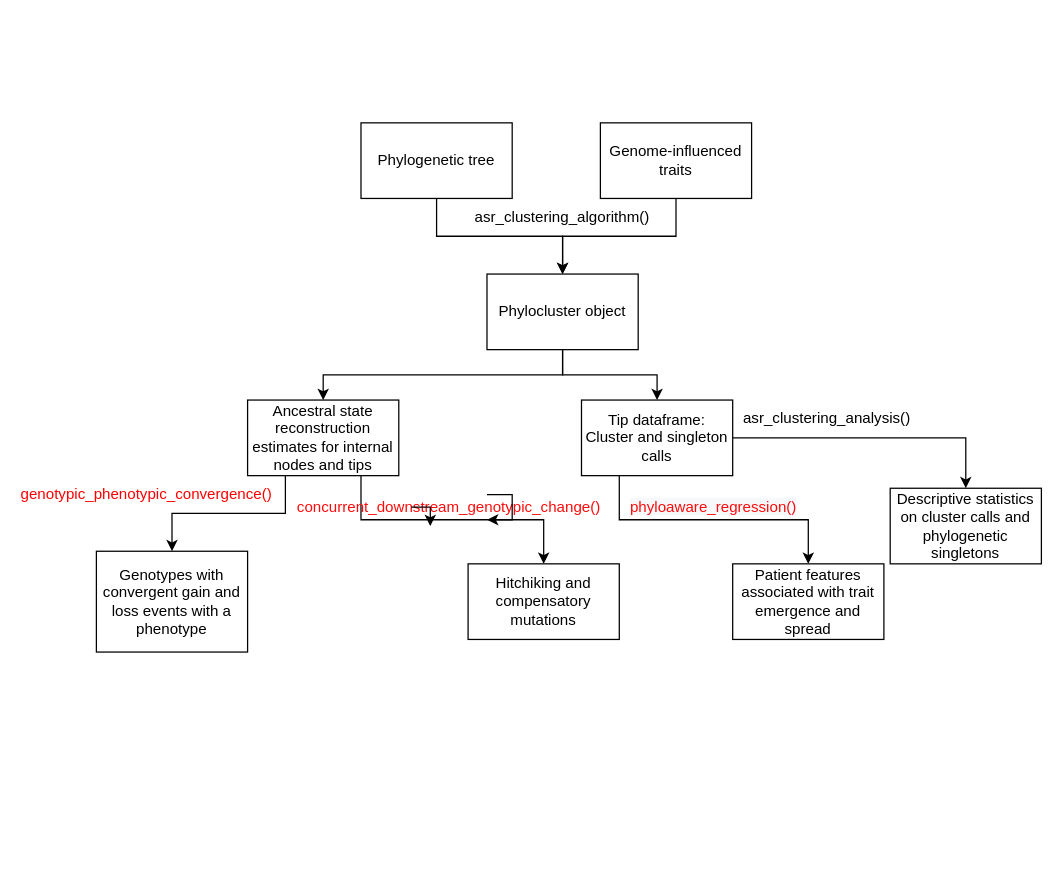
The draw.io diagram Phylosuite.drawio in kylegontjes/phyloAMR, before the edit. Source tidied: cells renumbered, new cells numbered last; positions are measured from the earlier drawing's top-left corner, leaving out a move shared by most shapes. Both pictures are drawn from the tidied source at 126%, with x=0, y=0 at pixel (96, 122).
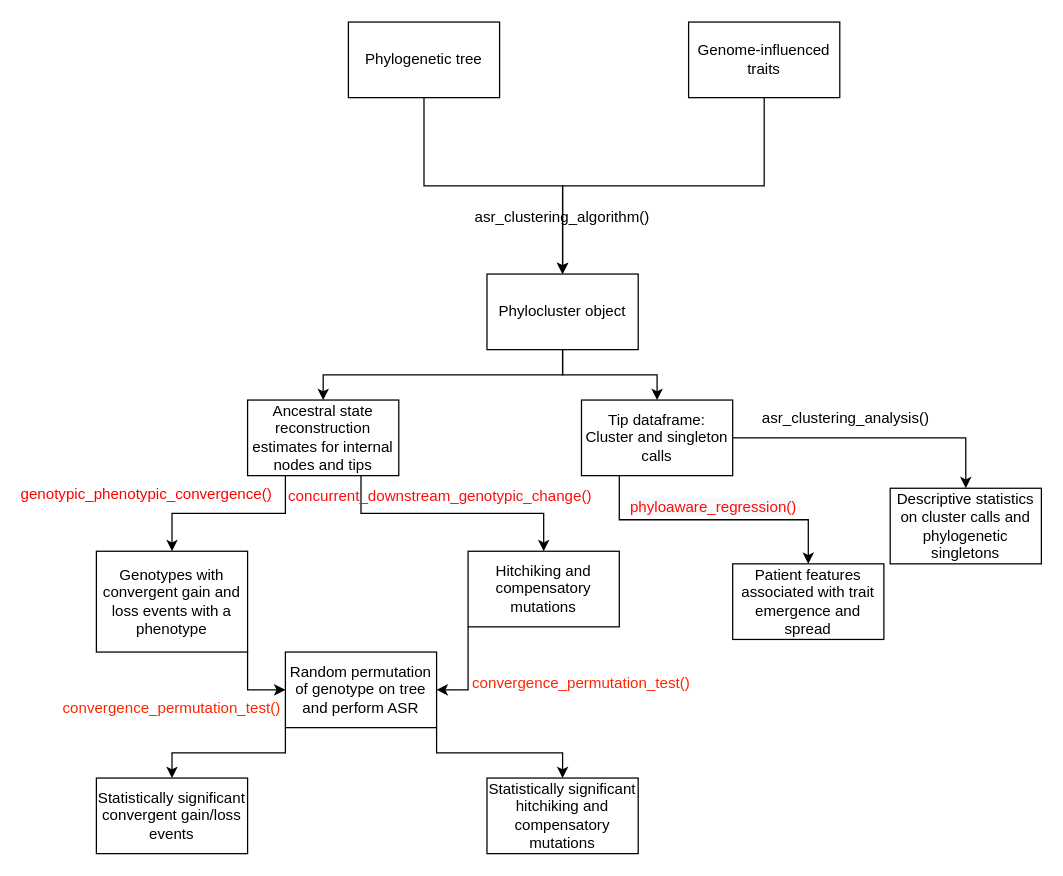
After the change.

The change refers to these unchanged cells:
```xml
<mxCell id="16" value="Genotypes with convergent gain and loss events with a phenotype" style="rounded=0;whiteSpace=wrap;html=1;textDirection=ltr;horizontal=1;verticalAlign=middle;" parent="1" vertex="1">
  <mxGeometry y="340" width="120" height="80" as="geometry" />
</mxCell>
```

What changed in the source:
```diff
@@
     <mxCell id="3" value="Phylogenetic tree" style="rounded=0;whiteSpace=wrap;html=1;" parent="1" vertex="1">
-      <mxGeometry x="210" width="120" height="60" as="geometry" />
+      <mxGeometry x="200" y="-80" width="120" height="60" as="geometry" />
     </mxCell>
@@
     <mxCell id="15" value="asr_clustering_analysis()" style="text;strokeColor=none;align=center;fillColor=none;html=1;verticalAlign=middle;whiteSpace=wrap;rounded=0;" parent="1" vertex="1">
-      <mxGeometry x="550" y="220" width="60" height="30" as="geometry" />
+      <mxGeometry x="565" y="220" width="60" height="30" as="geometry" />
     </mxCell>
+    <mxCell id="26" style="edgeStyle=orthogonalEdgeStyle;rounded=0;jettySize=auto;html=1;exitX=1;exitY=1;exitDx=0;exitDy=0;entryX=0;entryY=0.5;entryDx=0;entryDy=0;" parent="1" edge="1" source="16" target="34">
+      <mxGeometry relative="1" as="geometry">
+        <Array as="points">
+          <mxPoint x="120" y="450" />
+        </Array>
+      </mxGeometry>
+    </mxCell>
@@
+    <mxCell id="27" style="edgeStyle=orthogonalEdgeStyle;rounded=0;jettySize=auto;html=1;exitX=0;exitY=1;exitDx=0;exitDy=0;entryX=1;entryY=0.5;entryDx=0;entryDy=0;" parent="1" edge="1" source="20" target="34">
+      <mxGeometry relative="1" as="geometry" />
+    </mxCell>
     <mxCell id="20" value="Hitchiking and compensatory mutations" style="whiteSpace=wrap;html=1;" parent="1" vertex="1">
-      <mxGeometry x="295" y="350" width="120" height="60" as="geometry" />
+      <mxGeometry x="295" y="340" width="120" height="60" as="geometry" />
     </mxCell>
     <mxCell id="21" value="&lt;div style=&quot;text-align: start;&quot;&gt;&lt;span style=&quot;background-color: transparent;&quot;&gt;concurrent_downstream_genotypic_change()&lt;/span&gt;&lt;/div&gt;" style="text;strokeColor=none;align=center;fillColor=none;html=1;verticalAlign=middle;whiteSpace=wrap;rounded=0;fontColor=#FF0C0C;" parent="1" vertex="1">
-      <mxGeometry x="250" y="290" width="60" height="30" as="geometry" />
+      <mxGeometry x="243" y="282" width="60" height="30" as="geometry" />
     </mxCell>
-    <mxCell id="22" style="edgeStyle=orthogonalEdgeStyle;rounded=0;orthogonalLoop=1;jettySize=auto;html=1;" parent="1" edge="1" source="21" target="21">
-      <mxGeometry relative="1" as="geometry" />
-    </mxCell>
-    <mxCell id="23" style="edgeStyle=orthogonalEdgeStyle;rounded=0;orthogonalLoop=1;jettySize=auto;html=1;exitX=0;exitY=0.5;exitDx=0;exitDy=0;entryX=0.25;entryY=1;entryDx=0;entryDy=0;" parent="1" edge="1" source="21" target="21">
-      <mxGeometry relative="1" as="geometry" />
-    </mxCell>
@@
     <mxCell id="25" value="Genome-influenced traits" style="rounded=0;whiteSpace=wrap;html=1;" parent="1" vertex="1">
-      <mxGeometry x="400" width="120" height="60" as="geometry" />
+      <mxGeometry x="470" y="-80" width="120" height="60" as="geometry" />
     </mxCell>
+    <mxCell id="28" value="Statistically significant convergent gain/loss events" style="rounded=0;whiteSpace=wrap;html=1;" parent="1" vertex="1">
+      <mxGeometry y="520" width="120" height="60" as="geometry" />
+    </mxCell>
+    <mxCell id="29" value="Statistically significant hitchiking and compensatory mutations" style="rounded=0;whiteSpace=wrap;html=1;" parent="1" vertex="1">
+      <mxGeometry x="310" y="520" width="120" height="60" as="geometry" />
+    </mxCell>
+    <mxCell id="30" value="&lt;span style=&quot;color: rgb(255, 36, 2);&quot;&gt;convergence_permutation_test()&lt;/span&gt;" style="text;strokeColor=none;align=center;fillColor=none;html=1;verticalAlign=middle;whiteSpace=wrap;rounded=0;" parent="1" vertex="1">
+      <mxGeometry x="30" y="450" width="60" height="30" as="geometry" />
+    </mxCell>
+    <mxCell id="31" value="&lt;span style=&quot;color: rgb(255, 36, 2);&quot;&gt;convergence_permutation_test()&lt;/span&gt;" style="text;strokeColor=none;align=center;fillColor=none;html=1;verticalAlign=middle;whiteSpace=wrap;rounded=0;" parent="1" vertex="1">
+      <mxGeometry x="355" y="430" width="60" height="30" as="geometry" />
+    </mxCell>
+    <mxCell id="32" style="edgeStyle=orthogonalEdgeStyle;rounded=0;jettySize=auto;html=1;exitX=0;exitY=1;exitDx=0;exitDy=0;" parent="1" edge="1" source="34" target="28">
+      <mxGeometry relative="1" as="geometry" />
+    </mxCell>
+    <mxCell id="33" style="edgeStyle=orthogonalEdgeStyle;rounded=0;jettySize=auto;html=1;exitX=1;exitY=1;exitDx=0;exitDy=0;entryX=0.5;entryY=0;entryDx=0;entryDy=0;" parent="1" edge="1" source="34" target="29">
+      <mxGeometry relative="1" as="geometry" />
+    </mxCell>
+    <mxCell id="34" value="Random permutation of genotype on tree and perform ASR" style="rounded=0;whiteSpace=wrap;html=1;" parent="1" vertex="1">
+      <mxGeometry x="150" y="420" width="120" height="60" as="geometry" />
+    </mxCell>
```
